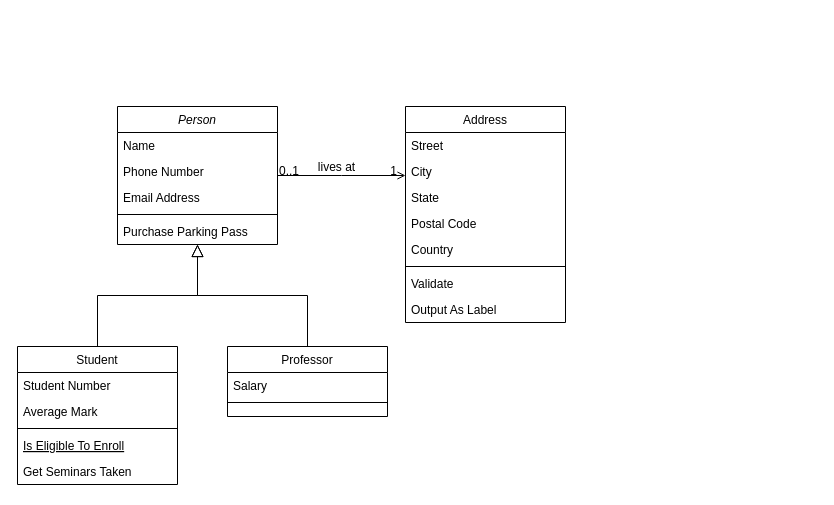
Above: Diagrama clase.drawio in kevindelrosario/PowerSIM (draw.io), before the change. Source tidied: cells renumbered, new cells numbered last; positions are measured from the earlier drawing's top-left corner, leaving out a move shared by most shapes. Both pictures are drawn from the tidied source at 100%, with x=0, y=0 at pixel (17, 106).
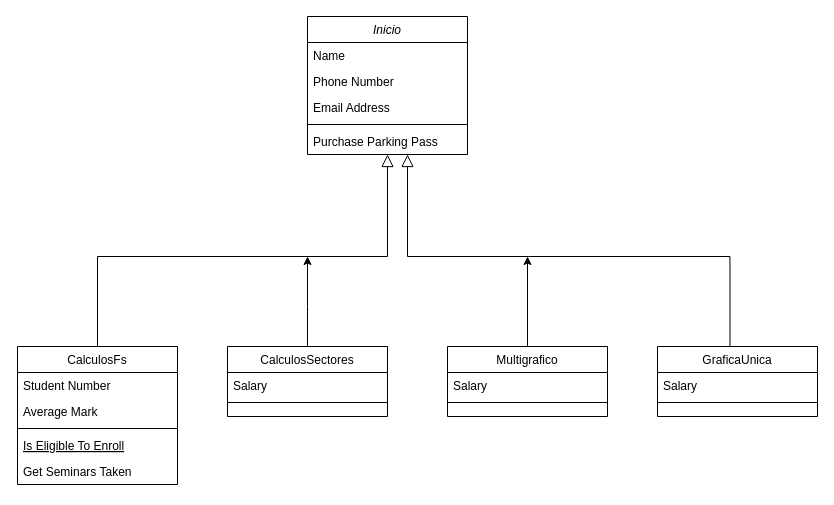
The same page after the edit.

Change to the diagram source:
```diff
@@
-    <mxCell id="2" value="Person" style="swimlane;fontStyle=2;align=center;verticalAlign=top;horizontal=1;startSize=26;rounded=0;shadow=0;strokeWidth=1;" parent="1" vertex="1">
-      <mxGeometry x="100" width="160" height="138" as="geometry" />
+    <mxCell id="2" value="Inicio" style="swimlane;fontStyle=2;align=center;verticalAlign=top;horizontal=1;startSize=26;rounded=0;shadow=0;strokeWidth=1;" parent="1" vertex="1">
+      <mxGeometry x="290" y="-90" width="160" height="138" as="geometry" />
     </mxCell>
@@
-    <mxCell id="8" value="Student" style="swimlane;fontStyle=0;align=center;verticalAlign=top;horizontal=1;startSize=26;rounded=0;shadow=0;strokeWidth=1;" parent="1" vertex="1">
+    <mxCell id="8" value="CalculosFs" style="swimlane;fontStyle=0;align=center;verticalAlign=top;horizontal=1;startSize=26;rounded=0;shadow=0;strokeWidth=1;" parent="1" vertex="1">
       <mxGeometry y="240" width="160" height="138" as="geometry" />
     </mxCell>
@@
     <mxCell id="14" style="endArrow=block;endSize=10;endFill=0;shadow=0;strokeWidth=1;rounded=0;edgeStyle=elbowEdgeStyle;elbow=vertical;" parent="1" edge="1" source="8" target="2">
-      <mxGeometry relative="1" as="geometry" />
+      <mxGeometry relative="1" as="geometry">
+        <Array as="points">
+          <mxPoint x="240" y="150" />
+        </Array>
+      </mxGeometry>
     </mxCell>
-    <mxCell id="15" value="Professor" style="swimlane;fontStyle=0;align=center;verticalAlign=top;horizontal=1;startSize=26;rounded=0;shadow=0;strokeWidth=1;" parent="1" vertex="1">
+    <mxCell id="15" value="CalculosSectores" style="swimlane;fontStyle=0;align=center;verticalAlign=top;horizontal=1;startSize=26;rounded=0;shadow=0;strokeWidth=1;" parent="1" vertex="1">
       <mxGeometry x="210" y="240" width="160" height="70" as="geometry" />
     </mxCell>
@@
-    <mxCell id="18" style="endArrow=block;endSize=10;endFill=0;shadow=0;strokeWidth=1;rounded=0;edgeStyle=elbowEdgeStyle;elbow=vertical;" parent="1" edge="1" source="15" target="2">
-      <mxGeometry relative="1" as="geometry" />
+    <mxCell id="18" style="endArrow=block;endSize=10;endFill=0;shadow=0;strokeWidth=1;rounded=0;edgeStyle=elbowEdgeStyle;elbow=vertical;exitX=0.453;exitY=0.009;exitDx=0;exitDy=0;exitPerimeter=0;" parent="1" edge="1" source="32" target="2">
+      <mxGeometry relative="1" as="geometry">
+        <Array as="points">
+          <mxPoint x="390" y="150" />
+        </Array>
+      </mxGeometry>
     </mxCell>
-    <mxCell id="19" value="Address" style="swimlane;fontStyle=0;align=center;verticalAlign=top;horizontal=1;startSize=26;rounded=0;shadow=0;strokeWidth=1;" parent="1" vertex="1">
-      <mxGeometry x="388" width="160" height="216" as="geometry" />
-    </mxCell>
-    <mxCell id="20" value="Street" style="text;align=left;verticalAlign=top;spacingLeft=4;spacingRight=4;overflow=hidden;" parent="19" vertex="1">
-      <mxGeometry y="26" width="160" height="26" as="geometry" />
-    </mxCell>
-    <mxCell id="21" value="City" style="text;align=left;verticalAlign=top;spacingLeft=4;spacingRight=4;overflow=hidden;rounded=0;shadow=0;html=0;" parent="19" vertex="1">
-      <mxGeometry y="52" width="160" height="26" as="geometry" />
-    </mxCell>
-    <mxCell id="22" value="State" style="text;align=left;verticalAlign=top;spacingLeft=4;spacingRight=4;overflow=hidden;rounded=0;shadow=0;html=0;" parent="19" vertex="1">
-      <mxGeometry y="78" width="160" height="26" as="geometry" />
-    </mxCell>
-    <mxCell id="23" value="Postal Code" style="text;align=left;verticalAlign=top;spacingLeft=4;spacingRight=4;overflow=hidden;rounded=0;shadow=0;html=0;" parent="19" vertex="1">
-      <mxGeometry y="104" width="160" height="26" as="geometry" />
-    </mxCell>
-    <mxCell id="24" value="Country" style="text;align=left;verticalAlign=top;spacingLeft=4;spacingRight=4;overflow=hidden;rounded=0;shadow=0;html=0;" parent="19" vertex="1">
-      <mxGeometry y="130" width="160" height="26" as="geometry" />
-    </mxCell>
-    <mxCell id="25" style="line;html=1;strokeWidth=1;align=left;verticalAlign=middle;spacingTop=-1;spacingLeft=3;spacingRight=3;labelPosition=right;" parent="19" vertex="1">
-      <mxGeometry y="156" width="160" height="8" as="geometry" />
-    </mxCell>
-    <mxCell id="26" value="Validate" style="text;align=left;verticalAlign=top;spacingLeft=4;spacingRight=4;overflow=hidden;" parent="19" vertex="1">
-      <mxGeometry y="164" width="160" height="26" as="geometry" />
-    </mxCell>
-    <mxCell id="27" value="Output As Label" style="text;align=left;verticalAlign=top;spacingLeft=4;spacingRight=4;overflow=hidden;" parent="19" vertex="1">
-      <mxGeometry y="190" width="160" height="26" as="geometry" />
-    </mxCell>
-    <mxCell id="28" style="endArrow=open;shadow=0;strokeWidth=1;rounded=0;endFill=1;edgeStyle=elbowEdgeStyle;elbow=vertical;" parent="1" edge="1" source="2" target="19">
-      <mxGeometry x="0.5" y="41" relative="1" as="geometry">
-        <mxPoint x="-40" y="32" as="offset" />
-      </mxGeometry>
-    </mxCell>
-    <mxCell id="29" value="0..1" style="align=left;verticalAlign=bottom;labelBackgroundColor=none;fontSize=12;" parent="28" vertex="1">
-      <mxGeometry x="-1" relative="1" as="geometry">
-        <mxPoint y="4" as="offset" />
-      </mxGeometry>
-    </mxCell>
-    <mxCell id="30" value="1" style="align=right;verticalAlign=bottom;labelBackgroundColor=none;fontSize=12;" parent="28" vertex="1">
-      <mxGeometry x="1" relative="1" as="geometry">
-        <mxPoint x="-7" y="4" as="offset" />
-      </mxGeometry>
-    </mxCell>
-    <mxCell id="31" value="lives at" style="text;html=1;align=center;verticalAlign=middle;labelBackgroundColor=none;rounded=0;shadow=0;strokeWidth=1;fontSize=12;" parent="28" vertex="1">
-      <mxGeometry x="0.5" y="49" relative="1" as="geometry">
-        <mxPoint x="-38" y="40" as="offset" />
-      </mxGeometry>
-    </mxCell>
+    <mxCell id="32" value="GraficaUnica&#10;" style="swimlane;fontStyle=0;align=center;verticalAlign=top;horizontal=1;startSize=26;rounded=0;shadow=0;strokeWidth=1;" parent="1" vertex="1">
+      <mxGeometry x="640" y="240" width="160" height="70" as="geometry" />
+    </mxCell>
+    <mxCell id="33" value="Salary" style="text;align=left;verticalAlign=top;spacingLeft=4;spacingRight=4;overflow=hidden;" parent="32" vertex="1">
+      <mxGeometry y="26" width="160" height="26" as="geometry" />
+    </mxCell>
+    <mxCell id="34" style="line;html=1;strokeWidth=1;align=left;verticalAlign=middle;spacingTop=-1;spacingLeft=3;spacingRight=3;labelPosition=right;" parent="32" vertex="1">
+      <mxGeometry y="52" width="160" height="8" as="geometry" />
+    </mxCell>
+    <mxCell id="35" style="edgeStyle=orthogonalEdgeStyle;rounded=0;jettySize=auto;html=1;" parent="1" edge="1" source="36">
+      <mxGeometry relative="1" as="geometry">
+        <mxPoint x="510" y="150" as="targetPoint" />
+      </mxGeometry>
+    </mxCell>
+    <mxCell id="36" value="Multigrafico" style="swimlane;fontStyle=0;align=center;verticalAlign=top;horizontal=1;startSize=26;rounded=0;shadow=0;strokeWidth=1;" parent="1" vertex="1">
+      <mxGeometry x="430" y="240" width="160" height="70" as="geometry" />
+    </mxCell>
+    <mxCell id="37" value="Salary" style="text;align=left;verticalAlign=top;spacingLeft=4;spacingRight=4;overflow=hidden;" parent="36" vertex="1">
+      <mxGeometry y="26" width="160" height="26" as="geometry" />
+    </mxCell>
+    <mxCell id="38" style="line;html=1;strokeWidth=1;align=left;verticalAlign=middle;spacingTop=-1;spacingLeft=3;spacingRight=3;labelPosition=right;" parent="36" vertex="1">
+      <mxGeometry y="52" width="160" height="8" as="geometry" />
+    </mxCell>
+    <mxCell id="39" style="endArrow=classic;html=1;rounded=0;exitX=0.5;exitY=0;exitDx=0;exitDy=0;" parent="1" edge="1" source="15">
+      <mxGeometry relative="1" as="geometry">
+        <mxPoint x="290" y="150" as="targetPoint" />
+        <Array as="points">
+          <mxPoint x="290" y="200" />
+        </Array>
+      </mxGeometry>
+    </mxCell>
```
